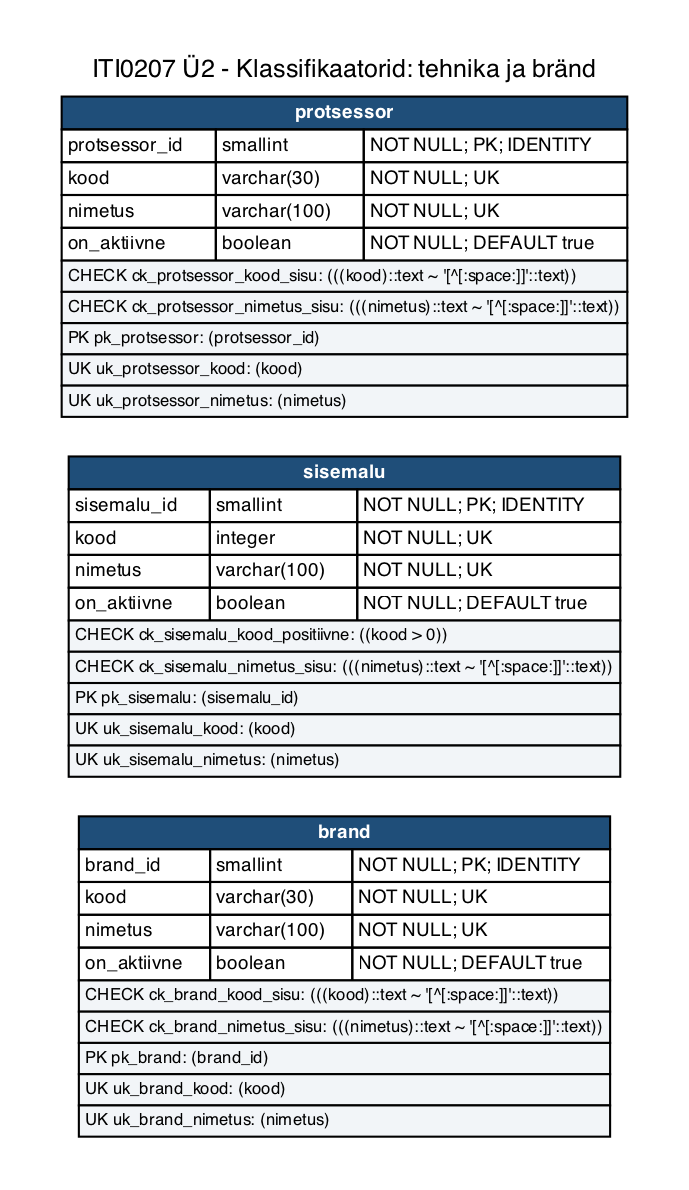
Before: iti0207-epood/docs/diagrams/u2-01d-klassifikaatorid-tehnika.png, a diagram exported from Graphviz (tamkivi/andmebaasid-projekt). Its source is kept beside it as iti0207-epood/docs/diagrams/u2-01d-klassifikaatorid-tehnika.dot.
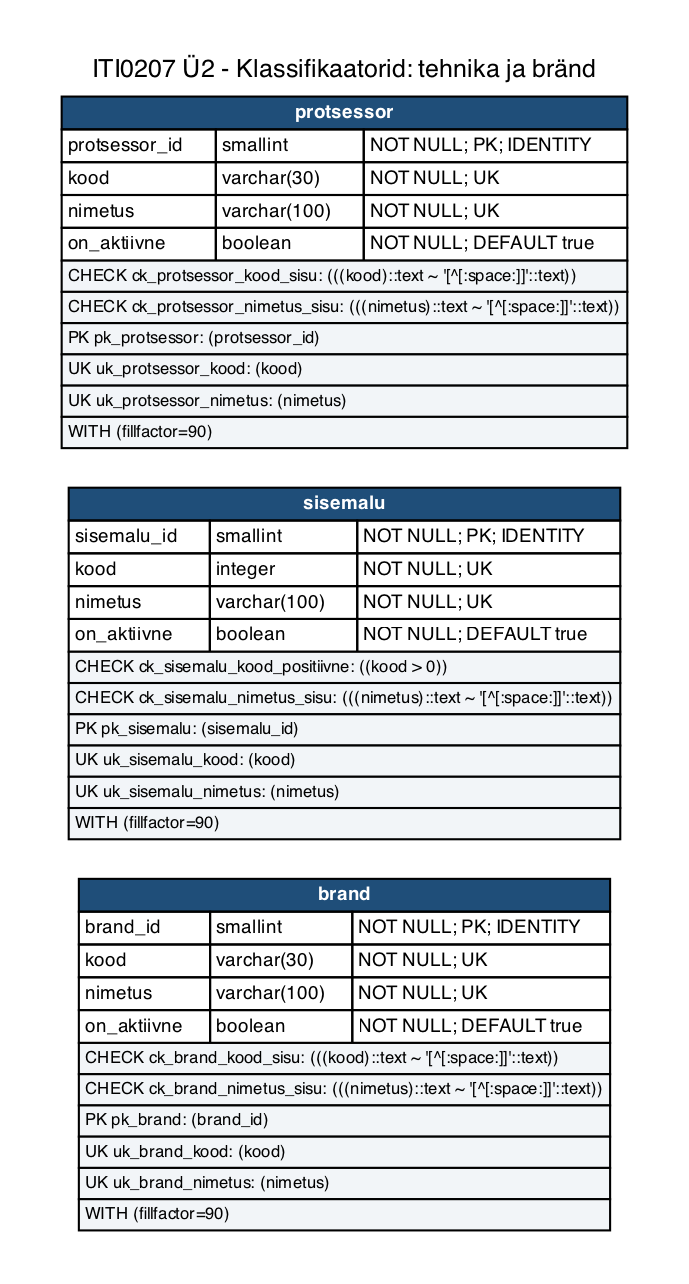
The same diagram one commit later.

The edit, as a diff of the source:
```diff
@@ -5,9 +5,9 @@
   edge [color="#667788", dir=none, fontsize=8, fontname=Helvetica];
   labelloc="t";
   label="ITI0207 Ü2 - Klassifikaatorid: tehnika ja bränd";
-  "protsessor" [label=<<TABLE BORDER="0" CELLBORDER="1" CELLSPACING="0" CELLPADDING="2"><TR><TD COLSPAN="3" BGCOLOR="#1f4e79"><FONT COLOR="white"><B>protsessor</B></FONT></TD></TR><TR><TD ALIGN="LEFT">protsessor_id</TD><TD ALIGN="LEFT">smallint</TD><TD ALIGN="LEFT">NOT NULL; PK; IDENTITY</TD></TR><TR><TD ALIGN="LEFT">kood</TD><TD ALIGN="LEFT">varchar(30)</TD><TD ALIGN="LEFT">NOT NULL; UK</TD></TR><TR><TD ALIGN="LEFT">nimetus</TD><TD ALIGN="LEFT">varchar(100)</TD><TD ALIGN="LEFT">NOT NULL; UK</TD></TR><TR><TD ALIGN="LEFT">on_aktiivne</TD><TD ALIGN="LEFT">boolean</TD><TD ALIGN="LEFT">NOT NULL; DEFAULT true</TD></TR><TR><TD COLSPAN="3" ALIGN="LEFT" BGCOLOR="#f2f5f8"><FONT POINT-SIZE="8">CHECK ck_protsessor_kood_sisu: (((kood)::text ~ &#x27;[^[:space:]]&#x27;::text))</FONT></TD></TR><TR><TD COLSPAN="3" ALIGN="LEFT" BGCOLOR="#f2f5f8"><FONT POINT-SIZE="8">CHECK ck_protsessor_nimetus_sisu: (((nimetus)::text ~ &#x27;[^[:space:]]&#x27;::text))</FONT></TD></TR><TR><TD COLSPAN="3" ALIGN="LEFT" BGCOLOR="#f2f5f8"><FONT POINT-SIZE="8">PK pk_protsessor: (protsessor_id)</FONT></TD></TR><TR><TD COLSPAN="3" ALIGN="LEFT" BGCOLOR="#f2f5f8"><FONT POINT-SIZE="8">UK uk_protsessor_kood: (kood)</FONT></TD></TR><TR><TD COLSPAN="3" ALIGN="LEFT" BGCOLOR="#f2f5f8"><FONT POINT-SIZE="8">UK uk_protsessor_nimetus: (nimetus)</FONT></TD></TR></TABLE>>];
-  "sisemalu" [label=<<TABLE BORDER="0" CELLBORDER="1" CELLSPACING="0" CELLPADDING="2"><TR><TD COLSPAN="3" BGCOLOR="#1f4e79"><FONT COLOR="white"><B>sisemalu</B></FONT></TD></TR><TR><TD ALIGN="LEFT">sisemalu_id</TD><TD ALIGN="LEFT">smallint</TD><TD ALIGN="LEFT">NOT NULL; PK; IDENTITY</TD></TR><TR><TD ALIGN="LEFT">kood</TD><TD ALIGN="LEFT">integer</TD><TD ALIGN="LEFT">NOT NULL; UK</TD></TR><TR><TD ALIGN="LEFT">nimetus</TD><TD ALIGN="LEFT">varchar(100)</TD><TD ALIGN="LEFT">NOT NULL; UK</TD></TR><TR><TD ALIGN="LEFT">on_aktiivne</TD><TD ALIGN="LEFT">boolean</TD><TD ALIGN="LEFT">NOT NULL; DEFAULT true</TD></TR><TR><TD COLSPAN="3" ALIGN="LEFT" BGCOLOR="#f2f5f8"><FONT POINT-SIZE="8">CHECK ck_sisemalu_kood_positiivne: ((kood &gt; 0))</FONT></TD></TR><TR><TD COLSPAN="3" ALIGN="LEFT" BGCOLOR="#f2f5f8"><FONT POINT-SIZE="8">CHECK ck_sisemalu_nimetus_sisu: (((nimetus)::text ~ &#x27;[^[:space:]]&#x27;::text))</FONT></TD></TR><TR><TD COLSPAN="3" ALIGN="LEFT" BGCOLOR="#f2f5f8"><FONT POINT-SIZE="8">PK pk_sisemalu: (sisemalu_id)</FONT></TD></TR><TR><TD COLSPAN="3" ALIGN="LEFT" BGCOLOR="#f2f5f8"><FONT POINT-SIZE="8">UK uk_sisemalu_kood: (kood)</FONT></TD></TR><TR><TD COLSPAN="3" ALIGN="LEFT" BGCOLOR="#f2f5f8"><FONT POINT-SIZE="8">UK uk_sisemalu_nimetus: (nimetus)</FONT></TD></TR></TABLE>>];
-  "brand" [label=<<TABLE BORDER="0" CELLBORDER="1" CELLSPACING="0" CELLPADDING="2"><TR><TD COLSPAN="3" BGCOLOR="#1f4e79"><FONT COLOR="white"><B>brand</B></FONT></TD></TR><TR><TD ALIGN="LEFT">brand_id</TD><TD ALIGN="LEFT">smallint</TD><TD ALIGN="LEFT">NOT NULL; PK; IDENTITY</TD></TR><TR><TD ALIGN="LEFT">kood</TD><TD ALIGN="LEFT">varchar(30)</TD><TD ALIGN="LEFT">NOT NULL; UK</TD></TR><TR><TD ALIGN="LEFT">nimetus</TD><TD ALIGN="LEFT">varchar(100)</TD><TD ALIGN="LEFT">NOT NULL; UK</TD></TR><TR><TD ALIGN="LEFT">on_aktiivne</TD><TD ALIGN="LEFT">boolean</TD><TD ALIGN="LEFT">NOT NULL; DEFAULT true</TD></TR><TR><TD COLSPAN="3" ALIGN="LEFT" BGCOLOR="#f2f5f8"><FONT POINT-SIZE="8">CHECK ck_brand_kood_sisu: (((kood)::text ~ &#x27;[^[:space:]]&#x27;::text))</FONT></TD></TR><TR><TD COLSPAN="3" ALIGN="LEFT" BGCOLOR="#f2f5f8"><FONT POINT-SIZE="8">CHECK ck_brand_nimetus_sisu: (((nimetus)::text ~ &#x27;[^[:space:]]&#x27;::text))</FONT></TD></TR><TR><TD COLSPAN="3" ALIGN="LEFT" BGCOLOR="#f2f5f8"><FONT POINT-SIZE="8">PK pk_brand: (brand_id)</FONT></TD></TR><TR><TD COLSPAN="3" ALIGN="LEFT" BGCOLOR="#f2f5f8"><FONT POINT-SIZE="8">UK uk_brand_kood: (kood)</FONT></TD></TR><TR><TD COLSPAN="3" ALIGN="LEFT" BGCOLOR="#f2f5f8"><FONT POINT-SIZE="8">UK uk_brand_nimetus: (nimetus)</FONT></TD></TR></TABLE>>];
+  "protsessor" [label=<<TABLE BORDER="0" CELLBORDER="1" CELLSPACING="0" CELLPADDING="2"><TR><TD COLSPAN="3" BGCOLOR="#1f4e79"><FONT COLOR="white"><B>protsessor</B></FONT></TD></TR><TR><TD ALIGN="LEFT">protsessor_id</TD><TD ALIGN="LEFT">smallint</TD><TD ALIGN="LEFT">NOT NULL; PK; IDENTITY</TD></TR><TR><TD ALIGN="LEFT">kood</TD><TD ALIGN="LEFT">varchar(30)</TD><TD ALIGN="LEFT">NOT NULL; UK</TD></TR><TR><TD ALIGN="LEFT">nimetus</TD><TD ALIGN="LEFT">varchar(100)</TD><TD ALIGN="LEFT">NOT NULL; UK</TD></TR><TR><TD ALIGN="LEFT">on_aktiivne</TD><TD ALIGN="LEFT">boolean</TD><TD ALIGN="LEFT">NOT NULL; DEFAULT true</TD></TR><TR><TD COLSPAN="3" ALIGN="LEFT" BGCOLOR="#f2f5f8"><FONT POINT-SIZE="8">CHECK ck_protsessor_kood_sisu: (((kood)::text ~ &#x27;[^[:space:]]&#x27;::text))</FONT></TD></TR><TR><TD COLSPAN="3" ALIGN="LEFT" BGCOLOR="#f2f5f8"><FONT POINT-SIZE="8">CHECK ck_protsessor_nimetus_sisu: (((nimetus)::text ~ &#x27;[^[:space:]]&#x27;::text))</FONT></TD></TR><TR><TD COLSPAN="3" ALIGN="LEFT" BGCOLOR="#f2f5f8"><FONT POINT-SIZE="8">PK pk_protsessor: (protsessor_id)</FONT></TD></TR><TR><TD COLSPAN="3" ALIGN="LEFT" BGCOLOR="#f2f5f8"><FONT POINT-SIZE="8">UK uk_protsessor_kood: (kood)</FONT></TD></TR><TR><TD COLSPAN="3" ALIGN="LEFT" BGCOLOR="#f2f5f8"><FONT POINT-SIZE="8">UK uk_protsessor_nimetus: (nimetus)</FONT></TD></TR><TR><TD COLSPAN="3" ALIGN="LEFT" BGCOLOR="#f2f5f8"><FONT POINT-SIZE="8">WITH (fillfactor=90)</FONT></TD></TR></TABLE>>];
+  "sisemalu" [label=<<TABLE BORDER="0" CELLBORDER="1" CELLSPACING="0" CELLPADDING="2"><TR><TD COLSPAN="3" BGCOLOR="#1f4e79"><FONT COLOR="white"><B>sisemalu</B></FONT></TD></TR><TR><TD ALIGN="LEFT">sisemalu_id</TD><TD ALIGN="LEFT">smallint</TD><TD ALIGN="LEFT">NOT NULL; PK; IDENTITY</TD></TR><TR><TD ALIGN="LEFT">kood</TD><TD ALIGN="LEFT">integer</TD><TD ALIGN="LEFT">NOT NULL; UK</TD></TR><TR><TD ALIGN="LEFT">nimetus</TD><TD ALIGN="LEFT">varchar(100)</TD><TD ALIGN="LEFT">NOT NULL; UK</TD></TR><TR><TD ALIGN="LEFT">on_aktiivne</TD><TD ALIGN="LEFT">boolean</TD><TD ALIGN="LEFT">NOT NULL; DEFAULT true</TD></TR><TR><TD COLSPAN="3" ALIGN="LEFT" BGCOLOR="#f2f5f8"><FONT POINT-SIZE="8">CHECK ck_sisemalu_kood_positiivne: ((kood &gt; 0))</FONT></TD></TR><TR><TD COLSPAN="3" ALIGN="LEFT" BGCOLOR="#f2f5f8"><FONT POINT-SIZE="8">CHECK ck_sisemalu_nimetus_sisu: (((nimetus)::text ~ &#x27;[^[:space:]]&#x27;::text))</FONT></TD></TR><TR><TD COLSPAN="3" ALIGN="LEFT" BGCOLOR="#f2f5f8"><FONT POINT-SIZE="8">PK pk_sisemalu: (sisemalu_id)</FONT></TD></TR><TR><TD COLSPAN="3" ALIGN="LEFT" BGCOLOR="#f2f5f8"><FONT POINT-SIZE="8">UK uk_sisemalu_kood: (kood)</FONT></TD></TR><TR><TD COLSPAN="3" ALIGN="LEFT" BGCOLOR="#f2f5f8"><FONT POINT-SIZE="8">UK uk_sisemalu_nimetus: (nimetus)</FONT></TD></TR><TR><TD COLSPAN="3" ALIGN="LEFT" BGCOLOR="#f2f5f8"><FONT POINT-SIZE="8">WITH (fillfactor=90)</FONT></TD></TR></TABLE>>];
+  "brand" [label=<<TABLE BORDER="0" CELLBORDER="1" CELLSPACING="0" CELLPADDING="2"><TR><TD COLSPAN="3" BGCOLOR="#1f4e79"><FONT COLOR="white"><B>brand</B></FONT></TD></TR><TR><TD ALIGN="LEFT">brand_id</TD><TD ALIGN="LEFT">smallint</TD><TD ALIGN="LEFT">NOT NULL; PK; IDENTITY</TD></TR><TR><TD ALIGN="LEFT">kood</TD><TD ALIGN="LEFT">varchar(30)</TD><TD ALIGN="LEFT">NOT NULL; UK</TD></TR><TR><TD ALIGN="LEFT">nimetus</TD><TD ALIGN="LEFT">varchar(100)</TD><TD ALIGN="LEFT">NOT NULL; UK</TD></TR><TR><TD ALIGN="LEFT">on_aktiivne</TD><TD ALIGN="LEFT">boolean</TD><TD ALIGN="LEFT">NOT NULL; DEFAULT true</TD></TR><TR><TD COLSPAN="3" ALIGN="LEFT" BGCOLOR="#f2f5f8"><FONT POINT-SIZE="8">CHECK ck_brand_kood_sisu: (((kood)::text ~ &#x27;[^[:space:]]&#x27;::text))</FONT></TD></TR><TR><TD COLSPAN="3" ALIGN="LEFT" BGCOLOR="#f2f5f8"><FONT POINT-SIZE="8">CHECK ck_brand_nimetus_sisu: (((nimetus)::text ~ &#x27;[^[:space:]]&#x27;::text))</FONT></TD></TR><TR><TD COLSPAN="3" ALIGN="LEFT" BGCOLOR="#f2f5f8"><FONT POINT-SIZE="8">PK pk_brand: (brand_id)</FONT></TD></TR><TR><TD COLSPAN="3" ALIGN="LEFT" BGCOLOR="#f2f5f8"><FONT POINT-SIZE="8">UK uk_brand_kood: (kood)</FONT></TD></TR><TR><TD COLSPAN="3" ALIGN="LEFT" BGCOLOR="#f2f5f8"><FONT POINT-SIZE="8">UK uk_brand_nimetus: (nimetus)</FONT></TD></TR><TR><TD COLSPAN="3" ALIGN="LEFT" BGCOLOR="#f2f5f8"><FONT POINT-SIZE="8">WITH (fillfactor=90)</FONT></TD></TR></TABLE>>];
   "protsessor" -> "sisemalu" [style=invis, weight=100];
   "sisemalu" -> "brand" [style=invis, weight=100];
 }
```
